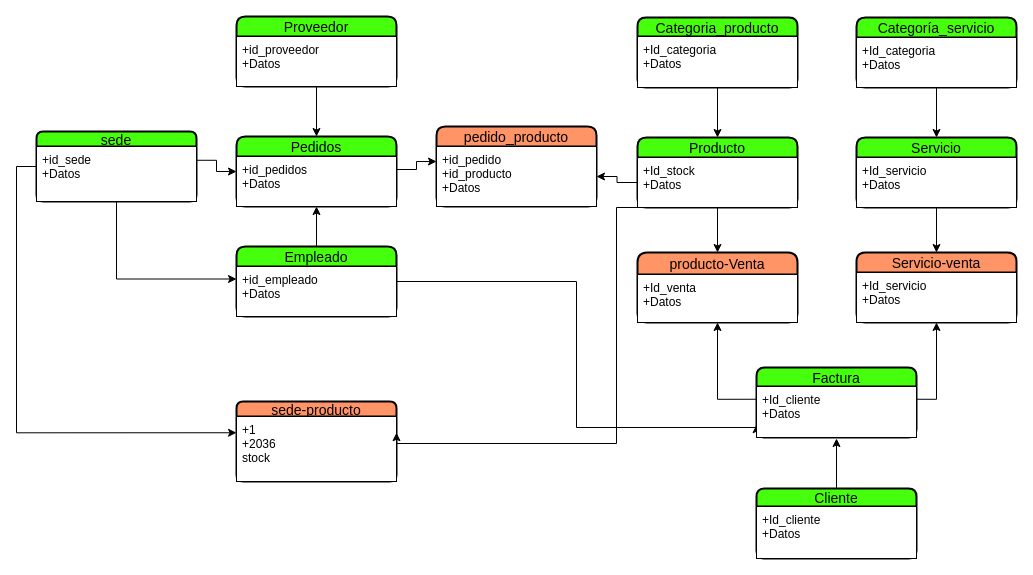
MikhersAgustiniana/Diagrama-MER keeps this draw.io diagram as Diagrama sin título.drawio. Above is the earlier version. Source tidied: cells renumbered, new cells numbered last; positions are measured from the earlier drawing's top-left corner, leaving out a move shared by most shapes. Both pictures are drawn from the tidied source at 100%, with x=0, y=0 at pixel (36, 16).
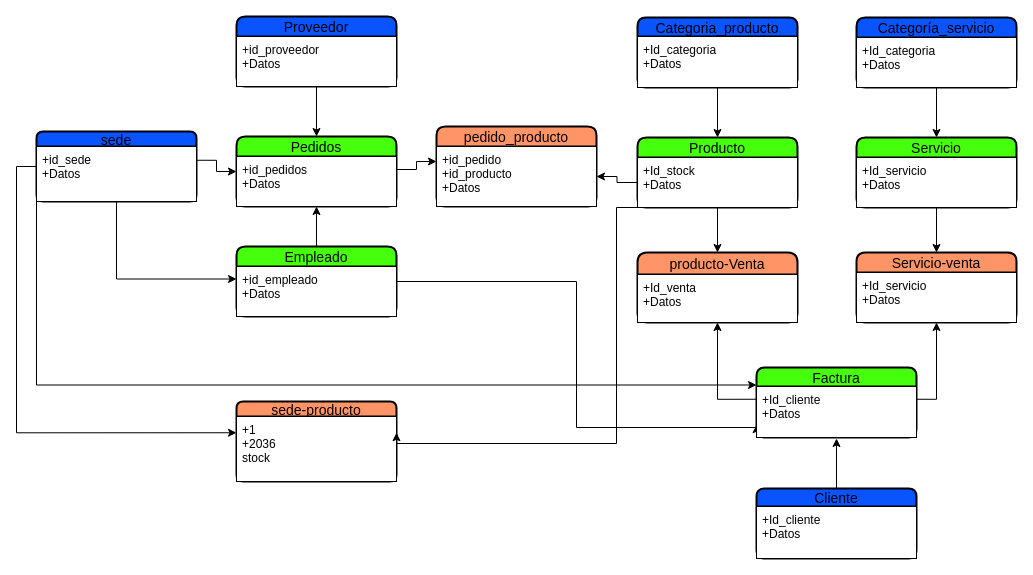
Above is the later version.

The change refers to these unchanged cells:
```xml
<mxCell id="40" value="Factura" style="swimlane;horizontal=1;startSize=19;rounded=1;fontSize=14;fontStyle=0;strokeWidth=2;shadow=0;dashed=0;align=center;fillColor=#45FF0D;strokeColor=#000000;" parent="1" vertex="1">
  <mxGeometry x="720" y="351" width="160" height="70" as="geometry" />
</mxCell>
```

Change to the diagram source:
```diff
@@
-    <mxCell id="2" value="Proveedor" style="swimlane;horizontal=1;startSize=20;rounded=1;fontSize=14;fontStyle=0;strokeWidth=2;shadow=0;dashed=0;align=center;fillColor=#45FF0D;strokeColor=#000000;" parent="1" vertex="1">
+    <mxCell id="2" value="Proveedor" style="swimlane;horizontal=1;startSize=20;rounded=1;fontSize=14;fontStyle=0;strokeWidth=2;shadow=0;dashed=0;align=center;fillColor=#0A54FF;strokeColor=#000000;" parent="1" vertex="1">
       <mxGeometry x="200" width="160" height="70" as="geometry" />
     </mxCell>
@@
-    <mxCell id="16" value="Categoria_producto" style="swimlane;horizontal=1;startSize=19;rounded=1;fontSize=14;fontStyle=0;strokeWidth=2;shadow=0;dashed=0;align=center;fillColor=#45FF0D;strokeColor=#000000;" parent="1" vertex="1">
+    <mxCell id="16" value="Categoria_producto" style="swimlane;horizontal=1;startSize=19;rounded=1;fontSize=14;fontStyle=0;strokeWidth=2;shadow=0;dashed=0;align=center;fillColor=#0A54FF;strokeColor=#000000;" parent="1" vertex="1">
       <mxGeometry x="601" y="1" width="160" height="70" as="geometry" />
     </mxCell>
@@
-    <mxCell id="23" value="Cliente" style="swimlane;horizontal=1;startSize=18;rounded=1;fontSize=14;fontStyle=0;strokeWidth=2;shadow=0;dashed=0;align=center;fillColor=#45FF0D;strokeColor=#000000;" parent="1" vertex="1">
+    <mxCell id="23" value="Cliente" style="swimlane;horizontal=1;startSize=18;rounded=1;fontSize=14;fontStyle=0;strokeWidth=2;shadow=0;dashed=0;align=center;fillColor=#0A54FF;strokeColor=#000000;" parent="1" vertex="1">
       <mxGeometry x="720" y="472" width="160" height="70" as="geometry" />
     </mxCell>
@@
-    <mxCell id="25" value="Categoría_servicio" style="swimlane;horizontal=1;startSize=20;rounded=1;fontSize=14;fontStyle=0;strokeWidth=2;shadow=0;dashed=0;align=center;fillColor=#45FF0D;strokeColor=#000000;" parent="1" vertex="1">
+    <mxCell id="25" value="Categoría_servicio" style="swimlane;horizontal=1;startSize=20;rounded=1;fontSize=14;fontStyle=0;strokeWidth=2;shadow=0;dashed=0;align=center;fillColor=#0A54FF;strokeColor=#000000;" parent="1" vertex="1">
       <mxGeometry x="820" y="1" width="160" height="70" as="geometry" />
     </mxCell>
@@
+    <mxCell id="46" style="edgeStyle=orthogonalEdgeStyle;rounded=0;jettySize=auto;html=1;exitX=0;exitY=1;exitDx=0;exitDy=0;entryX=0;entryY=0.25;entryDx=0;entryDy=0;" parent="1" edge="1" source="31" target="40">
+      <mxGeometry relative="1" as="geometry" />
+    </mxCell>
-    <mxCell id="31" value="sede" style="swimlane;horizontal=1;startSize=15;rounded=1;fontSize=14;fontStyle=0;strokeWidth=2;shadow=0;dashed=0;align=center;fillColor=#45FF0D;strokeColor=#000000;" parent="1" vertex="1">
+    <mxCell id="31" value="sede" style="swimlane;horizontal=1;startSize=15;rounded=1;fontSize=14;fontStyle=0;strokeWidth=2;shadow=0;dashed=0;align=center;fillColor=#0A54FF;strokeColor=#000000;" parent="1" vertex="1">
       <mxGeometry y="115" width="160" height="70" as="geometry" />
     </mxCell>
```
